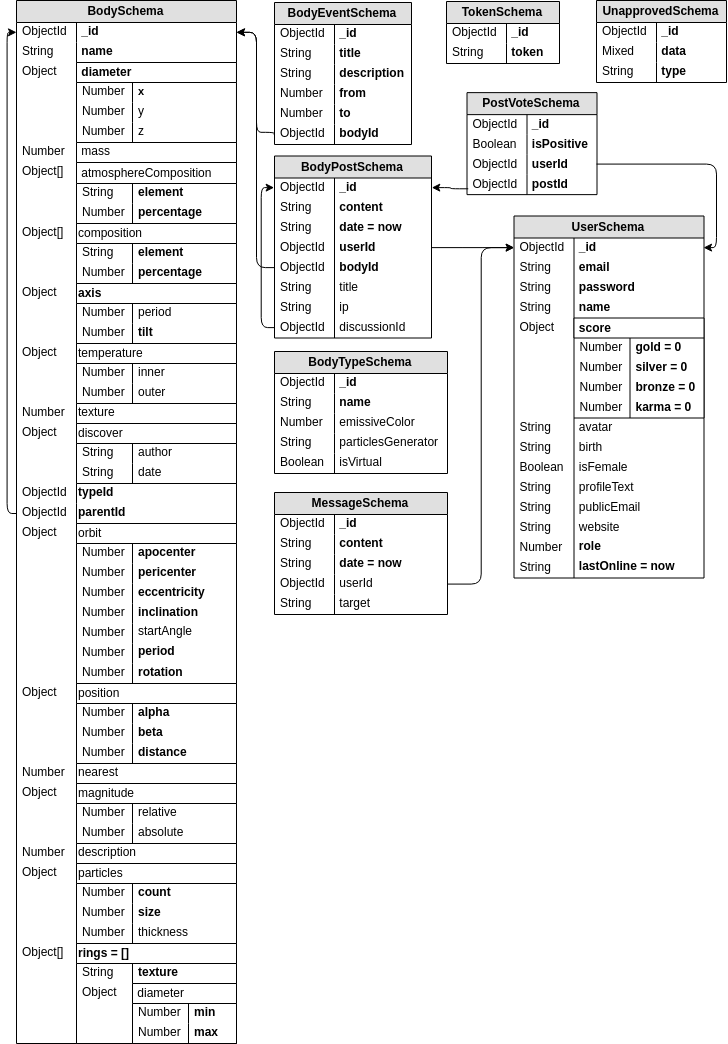
Above: docs/Images/DB.png in michalstruna/universis (draw.io), before the change. Source tidied: cells renumbered, new cells last; positions are measured from the earlier drawing's top-left corner, leaving out a move shared by most shapes.
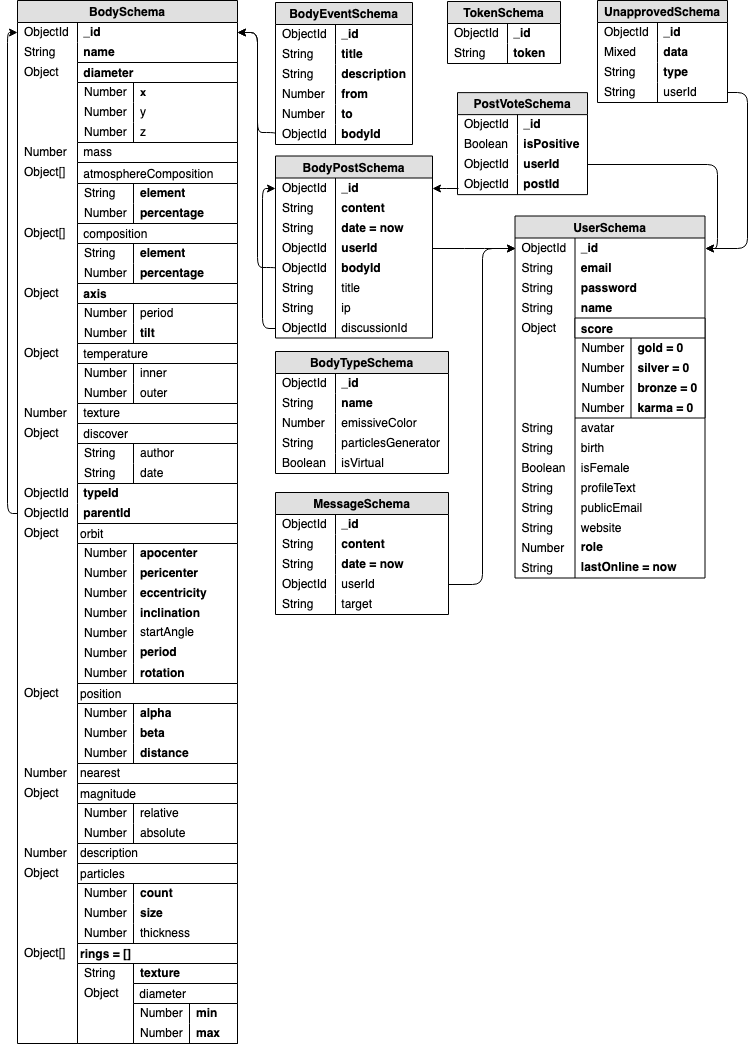
Later version of the same file.

Commit message:
Remove "tedy" words from Bc, udpate DB diagram.

The edit, as a diff of the source:
```diff
@@ -77,7 +77,7 @@
     <mxCell id="26" value="Object[]" style="shape=partialRectangle;fontStyle=0;top=0;left=0;bottom=0;fillColor=none;align=left;verticalAlign=middle;spacingLeft=4;spacingRight=4;overflow=hidden;fontSize=12;spacing=2;" parent="25" vertex="1">
       <mxGeometry width="60" height="20" as="geometry" />
     </mxCell>
-    <mxCell id="27" value="composition" style="swimlane;fontStyle=0;horizontal=1;startSize=20;fillColor=#ffffff;swimlaneFillColor=#ffffff;align=left;fontSize=12;verticalAlign=middle;spacing=2;" parent="25" vertex="1">
+    <mxCell id="27" value=" composition" style="swimlane;fontStyle=0;horizontal=1;startSize=20;fillColor=#ffffff;swimlaneFillColor=#ffffff;align=left;fontSize=12;verticalAlign=middle;spacing=2;" parent="25" vertex="1">
       <mxGeometry x="60" width="160" height="60" as="geometry" />
     </mxCell>
     <mxCell id="28" value="element" style="shape=partialRectangle;top=0;left=0;right=0;bottom=0;align=left;verticalAlign=middle;fillColor=none;spacingLeft=60;spacingRight=4;overflow=hidden;fontSize=12;spacing=2;fontStyle=1;" parent="27" vertex="1">
@@ -98,7 +98,7 @@
     <mxCell id="33" value="Object" style="shape=partialRectangle;fontStyle=0;top=0;left=0;bottom=0;fillColor=none;align=left;verticalAlign=middle;spacingLeft=4;spacingRight=4;overflow=hidden;fontSize=12;spacing=2;" parent="32" vertex="1">
       <mxGeometry width="60" height="20" as="geometry" />
     </mxCell>
-    <mxCell id="34" value="axis" style="swimlane;fontStyle=1;horizontal=1;startSize=20;fillColor=#ffffff;swimlaneFillColor=#ffffff;align=left;fontSize=12;verticalAlign=middle;spacing=2;" parent="32" vertex="1">
+    <mxCell id="34" value=" axis" style="swimlane;fontStyle=1;horizontal=1;startSize=20;fillColor=#ffffff;swimlaneFillColor=#ffffff;align=left;fontSize=12;verticalAlign=middle;spacing=2;" parent="32" vertex="1">
       <mxGeometry x="60" width="160" height="60" as="geometry" />
     </mxCell>
     <mxCell id="35" value="period" style="shape=partialRectangle;top=0;left=0;right=0;bottom=0;align=left;verticalAlign=middle;fillColor=none;spacingLeft=60;spacingRight=4;overflow=hidden;fontSize=12;fontStyle=0;spacing=2;" parent="34" vertex="1">
@@ -119,7 +119,7 @@
     <mxCell id="40" value="Object" style="shape=partialRectangle;fontStyle=0;top=0;left=0;bottom=0;fillColor=none;align=left;verticalAlign=middle;spacingLeft=4;spacingRight=4;overflow=hidden;fontSize=12;spacing=2;" parent="39" vertex="1">
       <mxGeometry width="60" height="20" as="geometry" />
     </mxCell>
-    <mxCell id="41" value="temperature" style="swimlane;fontStyle=0;horizontal=1;startSize=20;fillColor=#ffffff;swimlaneFillColor=#ffffff;align=left;fontSize=12;verticalAlign=middle;spacing=2;" parent="39" vertex="1">
+    <mxCell id="41" value=" temperature" style="swimlane;fontStyle=0;horizontal=1;startSize=20;fillColor=#ffffff;swimlaneFillColor=#ffffff;align=left;fontSize=12;verticalAlign=middle;spacing=2;" parent="39" vertex="1">
       <mxGeometry x="60" width="160" height="60" as="geometry" />
     </mxCell>
     <mxCell id="42" value="inner" style="shape=partialRectangle;top=0;left=0;right=0;bottom=0;align=left;verticalAlign=middle;fillColor=none;spacingLeft=60;spacingRight=4;overflow=hidden;fontSize=12;spacing=2;" parent="41" vertex="1">
@@ -134,7 +134,7 @@
     <mxCell id="45" value="Number" style="shape=partialRectangle;fontStyle=0;top=0;left=0;bottom=0;fillColor=none;align=left;verticalAlign=middle;spacingLeft=4;spacingRight=4;overflow=hidden;fontSize=12;spacing=2;" parent="44" vertex="1">
       <mxGeometry width="56" height="20" as="geometry" />
     </mxCell>
-    <mxCell id="46" value="texture" style="shape=partialRectangle;top=0;left=0;right=0;bottom=0;align=left;verticalAlign=middle;fillColor=none;spacingLeft=60;spacingRight=4;overflow=hidden;fontSize=12;spacing=2;" parent="2" vertex="1">
+    <mxCell id="46" value=" texture" style="shape=partialRectangle;top=0;left=0;right=0;bottom=0;align=left;verticalAlign=middle;fillColor=none;spacingLeft=60;spacingRight=4;overflow=hidden;fontSize=12;spacing=2;" parent="2" vertex="1">
       <mxGeometry y="403" width="220" height="20" as="geometry" />
     </mxCell>
     <mxCell id="47" value="Number" style="shape=partialRectangle;fontStyle=0;top=0;left=0;bottom=0;fillColor=none;align=left;verticalAlign=middle;spacingLeft=4;spacingRight=4;overflow=hidden;fontSize=12;spacing=2;" parent="46" vertex="1">
@@ -146,7 +146,7 @@
     <mxCell id="49" value="Object" style="shape=partialRectangle;fontStyle=0;top=0;left=0;bottom=0;fillColor=none;align=left;verticalAlign=middle;spacingLeft=4;spacingRight=4;overflow=hidden;fontSize=12;spacing=2;" parent="48" vertex="1">
       <mxGeometry width="60" height="20" as="geometry" />
     </mxCell>
-    <mxCell id="50" value="discover" style="swimlane;fontStyle=0;horizontal=1;startSize=20;fillColor=#ffffff;swimlaneFillColor=#ffffff;align=left;fontSize=12;verticalAlign=middle;spacing=2;" parent="48" vertex="1">
+    <mxCell id="50" value=" discover" style="swimlane;fontStyle=0;horizontal=1;startSize=20;fillColor=#ffffff;swimlaneFillColor=#ffffff;align=left;fontSize=12;verticalAlign=middle;spacing=2;" parent="48" vertex="1">
       <mxGeometry x="60" width="160" height="60" as="geometry" />
     </mxCell>
     <mxCell id="51" value="author" style="shape=partialRectangle;top=0;left=0;right=0;bottom=0;align=left;verticalAlign=middle;fillColor=none;spacingLeft=60;spacingRight=4;overflow=hidden;fontSize=12;spacing=2;" parent="50" vertex="1">
@@ -161,13 +161,13 @@
     <mxCell id="54" value="String" style="shape=partialRectangle;fontStyle=0;top=0;left=0;bottom=0;fillColor=none;align=left;verticalAlign=middle;spacingLeft=4;spacingRight=4;overflow=hidden;fontSize=12;spacing=2;" parent="53" vertex="1">
       <mxGeometry width="56" height="20" as="geometry" />
     </mxCell>
-    <mxCell id="55" value="typeId" style="shape=partialRectangle;top=0;left=0;right=0;bottom=0;align=left;verticalAlign=middle;fillColor=none;spacingLeft=60;spacingRight=4;overflow=hidden;fontSize=12;spacing=2;fontStyle=1;" parent="2" vertex="1">
+    <mxCell id="55" value=" typeId" style="shape=partialRectangle;top=0;left=0;right=0;bottom=0;align=left;verticalAlign=middle;fillColor=none;spacingLeft=60;spacingRight=4;overflow=hidden;fontSize=12;spacing=2;fontStyle=1;" parent="2" vertex="1">
       <mxGeometry y="483" width="220" height="20" as="geometry" />
     </mxCell>
     <mxCell id="56" value="ObjectId" style="shape=partialRectangle;fontStyle=0;top=0;left=0;bottom=0;fillColor=none;align=left;verticalAlign=middle;spacingLeft=4;spacingRight=4;overflow=hidden;fontSize=12;spacing=2;" parent="55" vertex="1">
       <mxGeometry width="60" height="20" as="geometry" />
     </mxCell>
-    <mxCell id="57" value="parentId" style="shape=partialRectangle;top=0;left=0;right=0;bottom=0;align=left;verticalAlign=middle;fillColor=none;spacingLeft=60;spacingRight=4;overflow=hidden;points=[[0,0.5],[1,0.5]];portConstraint=eastwest;fontSize=12;spacing=2;fontStyle=1;" parent="2" vertex="1">
+    <mxCell id="57" value=" parentId" style="shape=partialRectangle;top=0;left=0;right=0;bottom=0;align=left;verticalAlign=middle;fillColor=none;spacingLeft=60;spacingRight=4;overflow=hidden;points=[[0,0.5],[1,0.5]];portConstraint=eastwest;fontSize=12;spacing=2;fontStyle=1;" parent="2" vertex="1">
       <mxGeometry y="503" width="220" height="20" as="geometry" />
     </mxCell>
     <mxCell id="58" value="ObjectId" style="shape=partialRectangle;fontStyle=0;top=0;left=0;bottom=0;fillColor=none;align=left;verticalAlign=middle;spacingLeft=4;spacingRight=4;overflow=hidden;fontSize=12;spacing=2;" parent="57" vertex="1">
@@ -487,7 +487,7 @@
       <mxGeometry width="60" height="20" as="geometry" />
     </mxCell>
     <mxCell id="160" value="PostVoteSchema" style="swimlane;fontStyle=1;horizontal=1;startSize=22;fillColor=#e0e0e0;swimlaneFillColor=#ffffff;align=center;fontSize=12;verticalAlign=middle;spacing=2;" parent="1" vertex="1">
-      <mxGeometry x="460.5" y="92.1" width="130" height="102" as="geometry" />
+      <mxGeometry x="450" y="92.1" width="130" height="102" as="geometry" />
     </mxCell>
     <mxCell id="161" value=" _id" style="shape=partialRectangle;top=0;left=0;right=0;bottom=0;align=left;verticalAlign=middle;fillColor=none;spacingLeft=60;spacingRight=4;overflow=hidden;fontSize=12;fontStyle=1;spacing=2;" parent="160" vertex="1">
       <mxGeometry y="22" width="130" height="20" as="geometry" />
@@ -690,7 +690,7 @@
       <mxGeometry relative="1" as="geometry" />
     </mxCell>
     <mxCell id="224" value="UnapprovedSchema" style="swimlane;fontStyle=1;horizontal=1;startSize=22;fillColor=#e0e0e0;swimlaneFillColor=#ffffff;align=center;fontSize=12;verticalAlign=middle;spacing=2;" parent="1" vertex="1">
-      <mxGeometry x="590" width="130" height="82" as="geometry" />
+      <mxGeometry x="590" width="130" height="102" as="geometry" />
     </mxCell>
     <mxCell id="225" value=" _id" style="shape=partialRectangle;top=0;left=0;right=0;bottom=0;align=left;verticalAlign=middle;fillColor=none;spacingLeft=60;spacingRight=4;overflow=hidden;fontSize=12;fontStyle=1;spacing=2;" parent="224" vertex="1">
       <mxGeometry y="22" width="130" height="20" as="geometry" />
@@ -710,6 +710,12 @@
     <mxCell id="230" value="String" style="shape=partialRectangle;fontStyle=0;top=0;left=0;bottom=0;fillColor=none;align=left;verticalAlign=middle;spacingLeft=4;spacingRight=4;overflow=hidden;fontSize=12;spacing=2;" parent="229" vertex="1">
       <mxGeometry width="60" height="20" as="geometry" />
     </mxCell>
+    <mxCell id="234" value=" userId" style="shape=partialRectangle;top=0;left=0;right=0;bottom=0;align=left;verticalAlign=middle;fillColor=none;spacingLeft=60;spacingRight=4;overflow=hidden;points=[[0,0.5],[1,0.5]];portConstraint=eastwest;fontSize=12;fontStyle=0;spacing=2;" parent="224" vertex="1">
+      <mxGeometry y="82" width="130" height="20" as="geometry" />
+    </mxCell>
+    <mxCell id="235" value="String" style="shape=partialRectangle;fontStyle=0;top=0;left=0;bottom=0;fillColor=none;align=left;verticalAlign=middle;spacingLeft=4;spacingRight=4;overflow=hidden;fontSize=12;spacing=2;" parent="234" vertex="1">
+      <mxGeometry width="60" height="20" as="geometry" />
+    </mxCell>
     <mxCell id="231" style="edgeStyle=elbowEdgeStyle;elbow=horizontal;endArrow=classic;html=1;exitX=0.008;exitY=0.685;exitDx=0;exitDy=0;exitPerimeter=0;entryX=1;entryY=0.5;entryDx=0;entryDy=0;" parent="1" edge="1" source="167" target="143">
       <mxGeometry relative="1" as="geometry" />
     </mxCell>
@@ -723,5 +729,12 @@
     <mxCell id="233" style="edgeStyle=elbowEdgeStyle;elbow=horizontal;endArrow=classic;html=1;exitX=1;exitY=0.5;exitDx=0;exitDy=0;entryX=0;entryY=0.5;entryDx=0;entryDy=0;" parent="1" edge="1" source="149" target="170">
       <mxGeometry relative="1" as="geometry" />
     </mxCell>
+    <mxCell id="236" style="edgeStyle=elbowEdgeStyle;elbow=horizontal;endArrow=classic;html=1;exitX=1;exitY=0.5;exitDx=0;exitDy=0;entryX=1;entryY=0.5;entryDx=0;entryDy=0;" parent="1" edge="1" source="234" target="170">
+      <mxGeometry relative="1" as="geometry">
+        <Array as="points">
+          <mxPoint x="740" y="170" />
+        </Array>
+      </mxGeometry>
+    </mxCell>
   </root>
 </mxGraphModel>
```
